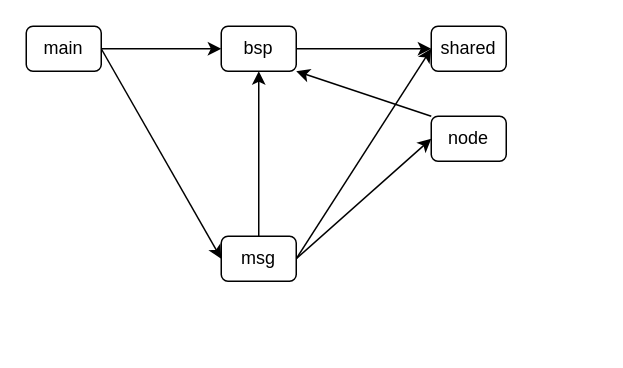
Before: package_relation.drawio in weijia/iot-go-direct, a draw.io diagram. Source tidied: cells renumbered, new cells numbered last; positions are measured from the earlier drawing's top-left corner, leaving out a move shared by most shapes. Both pictures are drawn from the tidied source at 150%, with x=0, y=0 at pixel (26, 26).
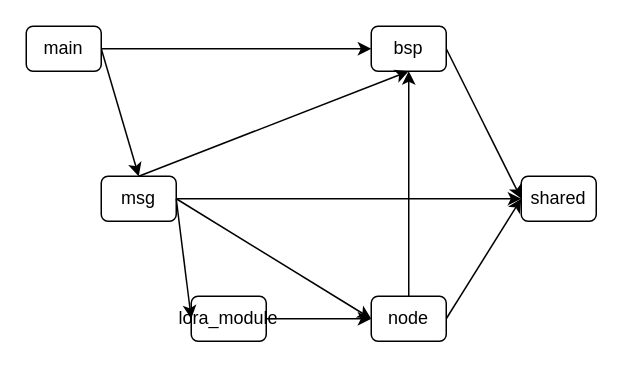
Above is the later version.

Change to the diagram source:
```diff
@@
 <mxGraphModel>
   <root>
     <mxCell id="0" />
     <mxCell id="1" parent="0" />
     <mxCell id="2" style="edgeStyle=none;html=1;exitX=1;exitY=0.5;exitDx=0;exitDy=0;entryX=0;entryY=0.5;entryDx=0;entryDy=0;" parent="1" edge="1" source="4" target="7">
       <mxGeometry relative="1" as="geometry" />
     </mxCell>
-    <mxCell id="3" style="edgeStyle=none;html=1;exitX=1;exitY=0.5;exitDx=0;exitDy=0;entryX=0;entryY=0.5;entryDx=0;entryDy=0;" parent="1" edge="1" source="4" target="12">
+    <mxCell id="3" style="edgeStyle=none;html=1;exitX=1;exitY=0.5;exitDx=0;exitDy=0;entryX=0.5;entryY=0;entryDx=0;entryDy=0;" parent="1" edge="1" source="4" target="12">
       <mxGeometry relative="1" as="geometry" />
     </mxCell>
     <mxCell id="4" value="main" style="rounded=1;whiteSpace=wrap;html=1;" parent="1" vertex="1">
       <mxGeometry width="50" height="30" as="geometry" />
     </mxCell>
     <mxCell id="5" style="edgeStyle=none;html=1;exitX=1;exitY=0.5;exitDx=0;exitDy=0;entryX=0;entryY=0.5;entryDx=0;entryDy=0;" parent="1" edge="1" source="7" target="8">
       <mxGeometry relative="1" as="geometry" />
     </mxCell>
-    <mxCell id="6" style="edgeStyle=none;html=1;exitX=0;exitY=0;exitDx=0;exitDy=0;entryX=1;entryY=1;entryDx=0;entryDy=0;" parent="1" edge="1" source="13" target="7">
+    <mxCell id="6" style="edgeStyle=none;html=1;exitX=0.5;exitY=0;exitDx=0;exitDy=0;entryX=0.5;entryY=1;entryDx=0;entryDy=0;" parent="1" edge="1" source="13" target="7">
       <mxGeometry relative="1" as="geometry" />
     </mxCell>
     <mxCell id="7" value="bsp" style="rounded=1;whiteSpace=wrap;html=1;" parent="1" vertex="1">
-      <mxGeometry x="130" width="50" height="30" as="geometry" />
+      <mxGeometry x="230" width="50" height="30" as="geometry" />
     </mxCell>
     <mxCell id="8" value="shared" style="rounded=1;whiteSpace=wrap;html=1;" parent="1" vertex="1">
-      <mxGeometry x="270" width="50" height="30" as="geometry" />
+      <mxGeometry x="330" y="100" width="50" height="30" as="geometry" />
     </mxCell>
     <mxCell id="9" style="edgeStyle=none;html=1;exitX=1;exitY=0.5;exitDx=0;exitDy=0;entryX=0;entryY=0.5;entryDx=0;entryDy=0;" parent="1" edge="1" source="12" target="8">
       <mxGeometry relative="1" as="geometry" />
     </mxCell>
-    <mxCell id="10" style="edgeStyle=none;html=1;exitX=1;exitY=0.5;exitDx=0;exitDy=0;" parent="1" edge="1" source="12">
-      <mxGeometry relative="1" as="geometry">
-        <mxPoint x="270" y="75" as="targetPoint" />
-      </mxGeometry>
+    <mxCell id="10" style="edgeStyle=none;html=1;exitX=1;exitY=0.5;exitDx=0;exitDy=0;entryX=0;entryY=0.5;entryDx=0;entryDy=0;" parent="1" edge="1" source="12" target="13">
+      <mxGeometry relative="1" as="geometry" />
     </mxCell>
     <mxCell id="11" style="edgeStyle=none;html=1;exitX=0.5;exitY=0;exitDx=0;exitDy=0;entryX=0.5;entryY=1;entryDx=0;entryDy=0;" parent="1" edge="1" source="12" target="7">
       <mxGeometry relative="1" as="geometry" />
     </mxCell>
     <mxCell id="12" value="msg" style="rounded=1;whiteSpace=wrap;html=1;" parent="1" vertex="1">
-      <mxGeometry x="130" y="140" width="50" height="30" as="geometry" />
+      <mxGeometry x="50" y="100" width="50" height="30" as="geometry" />
     </mxCell>
+    <mxCell id="14" style="edgeStyle=none;html=1;exitX=1;exitY=0.5;exitDx=0;exitDy=0;entryX=0;entryY=0.5;entryDx=0;entryDy=0;" parent="1" edge="1" source="13" target="8">
+      <mxGeometry relative="1" as="geometry" />
+    </mxCell>
     <mxCell id="13" value="node" style="rounded=1;whiteSpace=wrap;html=1;" parent="1" vertex="1">
-      <mxGeometry x="270" y="60" width="50" height="30" as="geometry" />
+      <mxGeometry x="230" y="180" width="50" height="30" as="geometry" />
     </mxCell>
+    <mxCell id="15" value="lora_module" style="rounded=1;whiteSpace=wrap;html=1;" parent="1" vertex="1">
+      <mxGeometry x="110" y="180" width="50" height="30" as="geometry" />
+    </mxCell>
+    <mxCell id="16" style="edgeStyle=none;html=1;exitX=1;exitY=0.5;exitDx=0;exitDy=0;entryX=0;entryY=0.5;entryDx=0;entryDy=0;" parent="1" edge="1" source="12" target="15">
+      <mxGeometry relative="1" as="geometry" />
+    </mxCell>
+    <mxCell id="17" style="edgeStyle=none;html=1;exitX=1;exitY=0.5;exitDx=0;exitDy=0;entryX=0;entryY=0.5;entryDx=0;entryDy=0;" parent="1" edge="1" source="15" target="13">
+      <mxGeometry relative="1" as="geometry" />
+    </mxCell>
   </root>
 </mxGraphModel>
```
